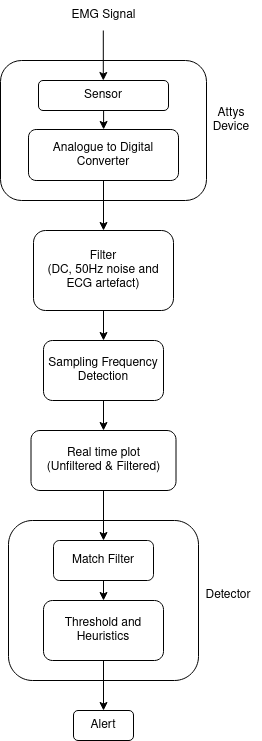
The draw.io diagram Flowchart.png in Biomeds-can-code/EMG-posture-corrector-IIR-filter, before a commit. Source tidied: cells renumbered, new cells last; positions are measured from the earlier drawing's top-left corner, leaving out a move shared by most shapes.
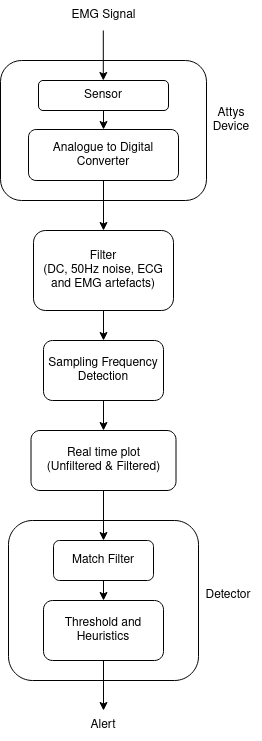
After the commit.

What changed in the source:
```diff
@@ -23,7 +23,7 @@
     <mxCell id="8" style="edgeStyle=orthogonalEdgeStyle;rounded=0;jettySize=auto;html=1;exitX=0.5;exitY=1;exitDx=0;exitDy=0;entryX=0.5;entryY=0;entryDx=0;entryDy=0;" parent="1" edge="1" source="9" target="11">
       <mxGeometry relative="1" as="geometry" />
     </mxCell>
-    <mxCell id="9" value="&lt;div&gt;Filter&lt;/div&gt;&lt;div&gt;(DC, 50Hz noise and ECG artefact)&lt;br&gt;&lt;/div&gt;" style="rounded=1;whiteSpace=wrap;html=1;fillColor=default;" parent="1" vertex="1">
+    <mxCell id="9" value="&lt;div&gt;Filter&lt;/div&gt;&lt;div&gt;(DC, 50Hz noise, ECG and EMG artefacts)&lt;br&gt;&lt;/div&gt;" style="rounded=1;whiteSpace=wrap;html=1;fillColor=default;" parent="1" vertex="1">
       <mxGeometry x="33" y="230" width="140" height="80" as="geometry" />
     </mxCell>
     <mxCell id="10" style="edgeStyle=orthogonalEdgeStyle;rounded=0;jettySize=auto;html=1;exitX=0.5;exitY=1;exitDx=0;exitDy=0;entryX=0.5;entryY=0;entryDx=0;entryDy=0;" parent="1" edge="1" source="11" target="13">
@@ -44,8 +44,10 @@
     <mxCell id="15" value="Match Filter" style="rounded=1;whiteSpace=wrap;html=1;fillColor=default;" parent="1" vertex="1">
       <mxGeometry x="53" y="540" width="100" height="40" as="geometry" />
     </mxCell>
-    <mxCell id="16" style="edgeStyle=orthogonalEdgeStyle;rounded=0;jettySize=auto;html=1;exitX=0.5;exitY=1;exitDx=0;exitDy=0;entryX=0.5;entryY=0;entryDx=0;entryDy=0;" parent="1" edge="1" source="17" target="21">
-      <mxGeometry relative="1" as="geometry" />
+    <mxCell id="16" style="edgeStyle=orthogonalEdgeStyle;rounded=0;jettySize=auto;html=1;exitX=0.5;exitY=1;exitDx=0;exitDy=0;entryX=0.5;entryY=0;entryDx=0;entryDy=0;" parent="1" edge="1" source="17">
+      <mxGeometry relative="1" as="geometry">
+        <mxPoint x="103" y="710" as="targetPoint" />
+      </mxGeometry>
     </mxCell>
     <mxCell id="17" value="Threshold and Heuristics" style="rounded=1;whiteSpace=wrap;html=1;fillColor=default;" parent="1" vertex="1">
       <mxGeometry x="43" y="600" width="120" height="60" as="geometry" />
@@ -69,11 +71,11 @@
         </Array>
       </mxGeometry>
     </mxCell>
+    <mxCell id="22" value="Detector" style="text;html=1;strokeColor=none;fillColor=none;align=center;verticalAlign=middle;whiteSpace=wrap;rounded=0;" parent="1" vertex="1">
+      <mxGeometry x="198" y="580" width="60" height="30" as="geometry" />
+    </mxCell>
-    <mxCell id="21" value="Alert" style="rounded=1;whiteSpace=wrap;html=1;fillColor=default;" parent="1" vertex="1">
+    <mxCell id="21" value="Alert" style="text;html=1;strokeColor=none;fillColor=none;align=center;verticalAlign=middle;whiteSpace=wrap;rounded=0;" parent="1" vertex="1">
       <mxGeometry x="73" y="710" width="60" height="30" as="geometry" />
     </mxCell>
-    <mxCell id="22" value="Detector" style="text;html=1;strokeColor=none;fillColor=none;align=center;verticalAlign=middle;whiteSpace=wrap;rounded=0;" parent="1" vertex="1">
-      <mxGeometry x="198" y="580" width="60" height="30" as="geometry" />
-    </mxCell>
   </root>
 </mxGraphModel>
```
